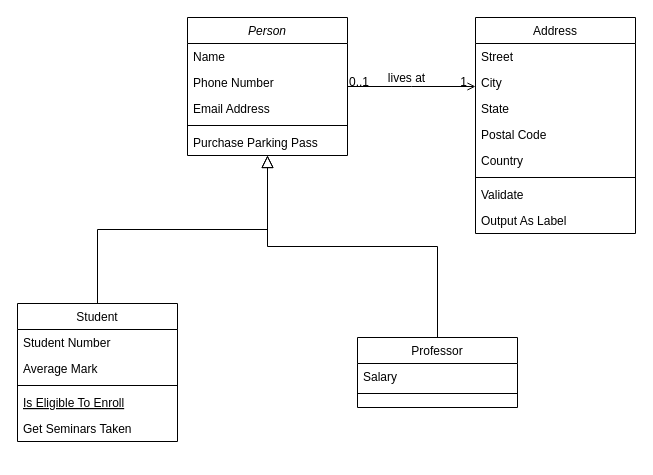
This is faver er diagram/ER DIAGRAM MS1.drawio from tunykush/Faver_Foodwaste, a draw.io file, before an edit. Source tidied: cells renumbered, new cells numbered last; positions are measured from the earlier drawing's top-left corner, leaving out a move shared by most shapes. Both pictures are drawn from the tidied source at 100%, with x=0, y=0 at pixel (17, 17).
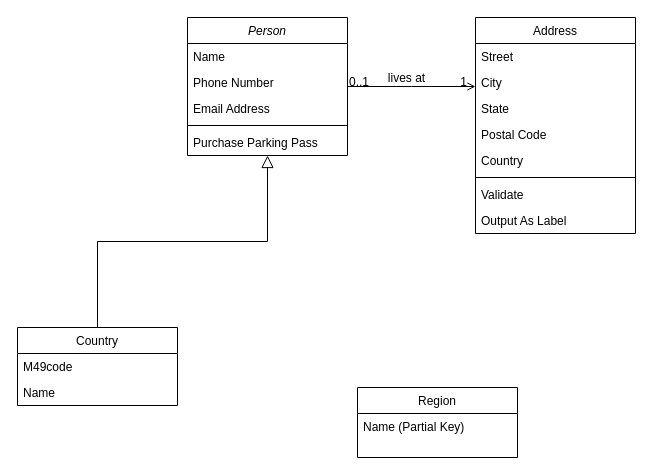
The same diagram, later.

Commit message (it also covers changes not shown here):
Cập nhật ER DIAGRAM MS1.drawio

The change refers to these unchanged cells:
```xml
<mxCell id="2" value="Person" style="swimlane;fontStyle=2;align=center;verticalAlign=top;horizontal=1;startSize=26;rounded=0;shadow=0;strokeWidth=1;" parent="1" vertex="1">
  <mxGeometry x="170" width="160" height="138" as="geometry" />
</mxCell>
```

The edit, as a diff of the source:
```diff
@@
-    <mxCell id="8" value="Student" style="swimlane;fontStyle=0;align=center;verticalAlign=top;horizontal=1;startSize=26;rounded=0;shadow=0;strokeWidth=1;" parent="1" vertex="1">
-      <mxGeometry y="286" width="160" height="138" as="geometry" />
+    <mxCell id="8" value="Country" style="swimlane;fontStyle=0;align=center;verticalAlign=top;horizontal=1;startSize=26;rounded=0;shadow=0;strokeWidth=1;" parent="1" vertex="1">
+      <mxGeometry y="310" width="160" height="78" as="geometry" />
     </mxCell>
-    <mxCell id="9" value="Student Number" style="text;align=left;verticalAlign=top;spacingLeft=4;spacingRight=4;overflow=hidden;" parent="8" vertex="1">
+    <mxCell id="9" value="M49code" style="text;align=left;verticalAlign=top;spacingLeft=4;spacingRight=4;overflow=hidden;" parent="8" vertex="1">
       <mxGeometry y="26" width="160" height="26" as="geometry" />
     </mxCell>
-    <mxCell id="10" value="Average Mark" style="text;align=left;verticalAlign=top;spacingLeft=4;spacingRight=4;overflow=hidden;rounded=0;shadow=0;html=0;" parent="8" vertex="1">
+    <mxCell id="10" value="Name" style="text;align=left;verticalAlign=top;spacingLeft=4;spacingRight=4;overflow=hidden;rounded=0;shadow=0;html=0;" parent="8" vertex="1">
       <mxGeometry y="52" width="160" height="26" as="geometry" />
     </mxCell>
-    <mxCell id="11" style="line;html=1;strokeWidth=1;align=left;verticalAlign=middle;spacingTop=-1;spacingLeft=3;spacingRight=3;labelPosition=right;" parent="8" vertex="1">
-      <mxGeometry y="78" width="160" height="8" as="geometry" />
-    </mxCell>
-    <mxCell id="12" value="Is Eligible To Enroll" style="text;align=left;verticalAlign=top;spacingLeft=4;spacingRight=4;overflow=hidden;fontStyle=4;" parent="8" vertex="1">
-      <mxGeometry y="86" width="160" height="26" as="geometry" />
-    </mxCell>
-    <mxCell id="13" value="Get Seminars Taken" style="text;align=left;verticalAlign=top;spacingLeft=4;spacingRight=4;overflow=hidden;" parent="8" vertex="1">
-      <mxGeometry y="112" width="160" height="26" as="geometry" />
-    </mxCell>
@@
-    <mxCell id="15" value="Professor" style="swimlane;fontStyle=0;align=center;verticalAlign=top;horizontal=1;startSize=26;rounded=0;shadow=0;strokeWidth=1;" parent="1" vertex="1">
-      <mxGeometry x="340" y="320" width="160" height="70" as="geometry" />
+    <mxCell id="15" value="Region" style="swimlane;fontStyle=0;align=center;verticalAlign=top;horizontal=1;startSize=26;rounded=0;shadow=0;strokeWidth=1;" parent="1" vertex="1">
+      <mxGeometry x="340" y="370" width="160" height="70" as="geometry" />
     </mxCell>
-    <mxCell id="16" value="Salary" style="text;align=left;verticalAlign=top;spacingLeft=4;spacingRight=4;overflow=hidden;" parent="15" vertex="1">
+    <mxCell id="16" value="Name (Partial Key)" style="text;align=left;verticalAlign=top;spacingLeft=4;spacingRight=4;overflow=hidden;" parent="15" vertex="1">
       <mxGeometry y="26" width="160" height="26" as="geometry" />
     </mxCell>
-    <mxCell id="17" style="line;html=1;strokeWidth=1;align=left;verticalAlign=middle;spacingTop=-1;spacingLeft=3;spacingRight=3;labelPosition=right;" parent="15" vertex="1">
-      <mxGeometry y="52" width="160" height="8" as="geometry" />
-    </mxCell>
-    <mxCell id="18" style="endArrow=block;endSize=10;endFill=0;shadow=0;strokeWidth=1;rounded=0;curved=0;edgeStyle=elbowEdgeStyle;elbow=vertical;" parent="1" edge="1" source="15" target="2">
-      <mxGeometry relative="1" as="geometry" />
-    </mxCell>
```
